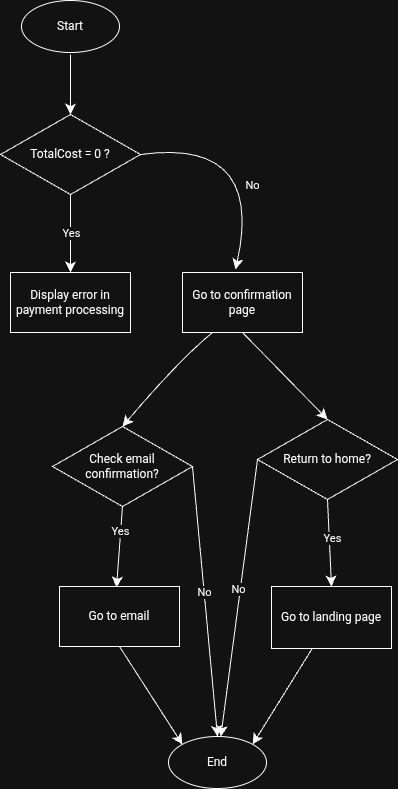
Above: src/docs/Flow-chart-confirmation-page.drawio.png in nga-pham/booking-website (draw.io), before the change. Source tidied: cells renumbered, new cells last; positions are measured from the earlier drawing's top-left corner, leaving out a move shared by most shapes. Source of this version:
```xml
<mxGraphModel>
  <root>
    <mxCell id="0" />
    <mxCell id="1" parent="0" />
    <mxCell id="2" value="TotalCost = 0 ?" style="rhombus;whiteSpace=wrap;html=1;" parent="1" vertex="1">
      <mxGeometry y="114" width="140" height="80" as="geometry" />
    </mxCell>
    <mxCell id="3" style="endArrow=classic;html=1;rounded=0;fontSize=12;startSize=8;endSize=8;curved=1;exitX=0.5;exitY=1;exitDx=0;exitDy=0;entryX=0.5;entryY=0;entryDx=0;entryDy=0;" parent="1" edge="1" target="2">
      <mxGeometry relative="1" as="geometry">
        <mxPoint x="70" y="54" as="sourcePoint" />
      </mxGeometry>
    </mxCell>
    <mxCell id="4" value="Display error in payment processing" style="rounded=0;whiteSpace=wrap;html=1;" parent="1" vertex="1">
      <mxGeometry x="10" y="272" width="120" height="60" as="geometry" />
    </mxCell>
    <mxCell id="5" value="Go to confirmation page" style="rounded=0;whiteSpace=wrap;html=1;" parent="1" vertex="1">
      <mxGeometry x="182" y="272" width="120" height="60" as="geometry" />
    </mxCell>
    <mxCell id="6" style="endArrow=classic;html=1;rounded=0;fontSize=12;startSize=8;endSize=8;curved=1;entryX=0.5;entryY=0;entryDx=0;entryDy=0;" parent="1" edge="1" target="4">
      <mxGeometry relative="1" as="geometry">
        <mxPoint x="70" y="194" as="sourcePoint" />
      </mxGeometry>
    </mxCell>
    <mxCell id="7" value="Yes" style="edgeLabel;html=1;align=center;verticalAlign=middle;" parent="6" vertex="1">
      <mxGeometry relative="1" as="geometry" />
    </mxCell>
    <mxCell id="8" style="endArrow=classic;html=1;rounded=0;fontSize=12;startSize=8;endSize=8;curved=1;exitX=1;exitY=0.5;exitDx=0;exitDy=0;" parent="1" edge="1" source="2">
      <mxGeometry relative="1" as="geometry">
        <mxPoint x="235" y="269" as="targetPoint" />
        <Array as="points">
          <mxPoint x="264" y="137" />
        </Array>
      </mxGeometry>
    </mxCell>
    <mxCell id="9" value="No" style="edgeLabel;html=1;align=center;verticalAlign=middle;" parent="8" vertex="1">
      <mxGeometry relative="1" as="geometry">
        <mxPoint x="-12" y="42" as="offset" />
      </mxGeometry>
    </mxCell>
    <mxCell id="10" value="Check email confirmation?" style="rhombus;whiteSpace=wrap;html=1;" parent="1" vertex="1">
      <mxGeometry x="52" y="426" width="140" height="80" as="geometry" />
    </mxCell>
    <mxCell id="11" value="Return to home?" style="rhombus;whiteSpace=wrap;html=1;" parent="1" vertex="1">
      <mxGeometry x="257" y="419" width="140" height="80" as="geometry" />
    </mxCell>
    <mxCell id="12" style="endArrow=classic;html=1;rounded=0;fontSize=12;startSize=8;endSize=8;curved=1;exitX=0.25;exitY=1;exitDx=0;exitDy=0;entryX=0.5;entryY=0;entryDx=0;entryDy=0;" parent="1" edge="1" source="5" target="10">
      <mxGeometry relative="1" as="geometry">
        <Array as="points">
          <mxPoint x="179" y="359" />
        </Array>
      </mxGeometry>
    </mxCell>
    <mxCell id="13" value="Start" style="ellipse;whiteSpace=wrap;html=1;" parent="1" vertex="1">
      <mxGeometry x="21" width="98" height="52" as="geometry" />
    </mxCell>
    <mxCell id="14" style="endArrow=classic;html=1;rounded=0;fontSize=12;startSize=8;endSize=8;curved=1;exitX=0.5;exitY=1;exitDx=0;exitDy=0;entryX=0.5;entryY=0;entryDx=0;entryDy=0;" parent="1" edge="1" source="5" target="11">
      <mxGeometry relative="1" as="geometry" />
    </mxCell>
    <mxCell id="15" style="endArrow=classic;html=1;rounded=0;fontSize=12;startSize=8;endSize=8;curved=1;exitX=0.5;exitY=1;exitDx=0;exitDy=0;entryX=0.5;entryY=0;entryDx=0;entryDy=0;" parent="1" edge="1" source="11" target="20">
      <mxGeometry relative="1" as="geometry" />
    </mxCell>
    <mxCell id="16" value="Yes" style="edgeLabel;html=1;align=center;verticalAlign=middle;" parent="15" vertex="1">
      <mxGeometry relative="1" as="geometry">
        <mxPoint x="2" y="-5" as="offset" />
      </mxGeometry>
    </mxCell>
    <mxCell id="17" style="endArrow=classic;html=1;rounded=0;fontSize=12;startSize=8;endSize=8;curved=1;exitX=0.5;exitY=1;exitDx=0;exitDy=0;" parent="1" edge="1" source="10">
      <mxGeometry relative="1" as="geometry">
        <mxPoint x="116" y="587" as="targetPoint" />
      </mxGeometry>
    </mxCell>
    <mxCell id="18" value="Yes" style="edgeLabel;html=1;align=center;verticalAlign=middle;" parent="17" vertex="1">
      <mxGeometry relative="1" as="geometry">
        <mxPoint y="-16" as="offset" />
      </mxGeometry>
    </mxCell>
    <mxCell id="19" value="Go to email" style="rounded=0;whiteSpace=wrap;html=1;" parent="1" vertex="1">
      <mxGeometry x="59" y="586" width="120" height="60" as="geometry" />
    </mxCell>
    <mxCell id="20" value="Go to landing page" style="rounded=0;whiteSpace=wrap;html=1;" parent="1" vertex="1">
      <mxGeometry x="271" y="586" width="120" height="62" as="geometry" />
    </mxCell>
    <mxCell id="21" value="End" style="ellipse;whiteSpace=wrap;html=1;" parent="1" vertex="1">
      <mxGeometry x="168" y="736" width="98" height="52" as="geometry" />
    </mxCell>
    <mxCell id="22" style="endArrow=classic;html=1;rounded=0;fontSize=12;startSize=8;endSize=8;curved=1;exitX=1;exitY=0.5;exitDx=0;exitDy=0;entryX=0.5;entryY=0;entryDx=0;entryDy=0;" parent="1" edge="1" source="10" target="21">
      <mxGeometry relative="1" as="geometry" />
    </mxCell>
    <mxCell id="23" value="No" style="edgeLabel;html=1;align=center;verticalAlign=middle;" parent="22" vertex="1">
      <mxGeometry relative="1" as="geometry">
        <mxPoint x="-1" y="-10" as="offset" />
      </mxGeometry>
    </mxCell>
    <mxCell id="24" style="endArrow=classic;html=1;rounded=0;fontSize=12;startSize=8;endSize=8;curved=1;exitX=0;exitY=0.5;exitDx=0;exitDy=0;" parent="1" edge="1" source="11" target="21">
      <mxGeometry relative="1" as="geometry" />
    </mxCell>
    <mxCell id="25" value="No" style="edgeLabel;html=1;align=center;verticalAlign=middle;" parent="24" vertex="1">
      <mxGeometry relative="1" as="geometry">
        <mxPoint x="-1" y="-10" as="offset" />
      </mxGeometry>
    </mxCell>
    <mxCell id="26" style="endArrow=classic;html=1;rounded=0;fontSize=12;startSize=8;endSize=8;curved=1;entryX=0;entryY=0;entryDx=0;entryDy=0;exitX=0.5;exitY=1;exitDx=0;exitDy=0;" parent="1" edge="1" source="19" target="21">
      <mxGeometry relative="1" as="geometry" />
    </mxCell>
    <mxCell id="27" style="endArrow=classic;html=1;rounded=0;fontSize=12;startSize=8;endSize=8;curved=1;entryX=1;entryY=0;entryDx=0;entryDy=0;" parent="1" edge="1" source="20" target="21">
      <mxGeometry relative="1" as="geometry" />
    </mxCell>
  </root>
</mxGraphModel>
```
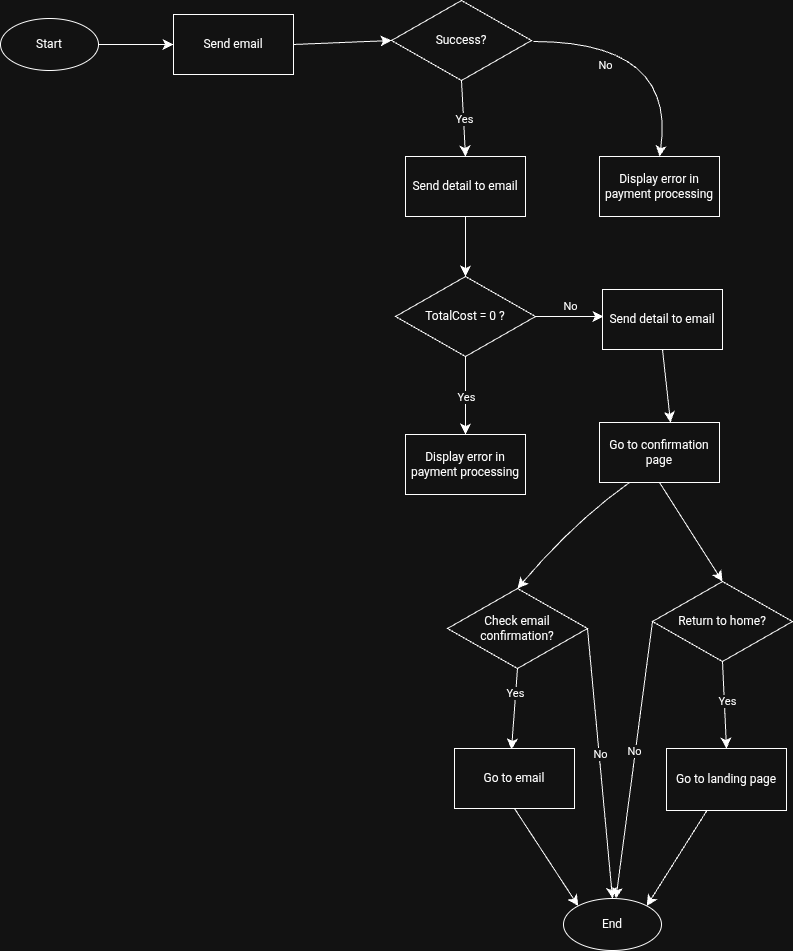
After the commit.

The edit, as a diff of the source:
```diff
@@ -14,7 +14,7 @@
       <mxGeometry x="10" y="272" width="120" height="60" as="geometry" />
     </mxCell>
     <mxCell id="5" value="Go to confirmation page" style="rounded=0;whiteSpace=wrap;html=1;" parent="1" vertex="1">
-      <mxGeometry x="182" y="272" width="120" height="60" as="geometry" />
+      <mxGeometry x="204" y="260" width="120" height="60" as="geometry" />
     </mxCell>
     <mxCell id="6" style="endArrow=classic;html=1;rounded=0;fontSize=12;startSize=8;endSize=8;curved=1;entryX=0.5;entryY=0;entryDx=0;entryDy=0;" parent="1" edge="1" target="4">
       <mxGeometry relative="1" as="geometry">
@@ -26,15 +26,12 @@
     </mxCell>
     <mxCell id="8" style="endArrow=classic;html=1;rounded=0;fontSize=12;startSize=8;endSize=8;curved=1;exitX=1;exitY=0.5;exitDx=0;exitDy=0;" parent="1" edge="1" source="2">
       <mxGeometry relative="1" as="geometry">
-        <mxPoint x="235" y="269" as="targetPoint" />
-        <Array as="points">
-          <mxPoint x="264" y="137" />
-        </Array>
+        <mxPoint x="208" y="154" as="targetPoint" />
       </mxGeometry>
     </mxCell>
     <mxCell id="9" value="No" style="edgeLabel;html=1;align=center;verticalAlign=middle;" parent="8" vertex="1">
       <mxGeometry relative="1" as="geometry">
-        <mxPoint x="-12" y="42" as="offset" />
+        <mxPoint y="-11" as="offset" />
       </mxGeometry>
     </mxCell>
     <mxCell id="10" value="Check email confirmation?" style="rhombus;whiteSpace=wrap;html=1;" parent="1" vertex="1">
@@ -51,7 +48,7 @@
       </mxGeometry>
     </mxCell>
     <mxCell id="13" value="Start" style="ellipse;whiteSpace=wrap;html=1;" parent="1" vertex="1">
-      <mxGeometry x="21" width="98" height="52" as="geometry" />
+      <mxGeometry x="-395" y="-144" width="98" height="52" as="geometry" />
     </mxCell>
     <mxCell id="14" style="endArrow=classic;html=1;rounded=0;fontSize=12;startSize=8;endSize=8;curved=1;exitX=0.5;exitY=1;exitDx=0;exitDy=0;entryX=0.5;entryY=0;entryDx=0;entryDy=0;" parent="1" edge="1" source="5" target="11">
       <mxGeometry relative="1" as="geometry" />
@@ -105,5 +102,50 @@
     <mxCell id="27" style="endArrow=classic;html=1;rounded=0;fontSize=12;startSize=8;endSize=8;curved=1;entryX=1;entryY=0;entryDx=0;entryDy=0;" parent="1" edge="1" source="20" target="21">
       <mxGeometry relative="1" as="geometry" />
     </mxCell>
+    <mxCell id="28" value="Send detail to email" style="rounded=0;whiteSpace=wrap;html=1;" parent="1" vertex="1">
+      <mxGeometry x="207" y="127" width="120" height="60" as="geometry" />
+    </mxCell>
+    <mxCell id="29" style="endArrow=classic;html=1;rounded=0;fontSize=12;startSize=8;endSize=8;curved=1;exitX=0.5;exitY=1;exitDx=0;exitDy=0;" parent="1" edge="1" source="28">
+      <mxGeometry relative="1" as="geometry">
+        <mxPoint x="275" y="260" as="targetPoint" />
+      </mxGeometry>
+    </mxCell>
+    <mxCell id="30" value="Send email" style="rounded=0;whiteSpace=wrap;html=1;" parent="1" vertex="1">
+      <mxGeometry x="-222" y="-148" width="120" height="60" as="geometry" />
+    </mxCell>
+    <mxCell id="31" style="endArrow=classic;html=1;rounded=0;fontSize=12;startSize=8;endSize=8;curved=1;exitX=1;exitY=0.5;exitDx=0;exitDy=0;entryX=0;entryY=0.5;entryDx=0;entryDy=0;" parent="1" edge="1" source="13" target="30">
+      <mxGeometry relative="1" as="geometry" />
+    </mxCell>
+    <mxCell id="32" value="Success?" style="rhombus;whiteSpace=wrap;html=1;" parent="1" vertex="1">
+      <mxGeometry x="-4" y="-162" width="140" height="80" as="geometry" />
+    </mxCell>
+    <mxCell id="33" style="endArrow=classic;html=1;rounded=0;fontSize=12;startSize=8;endSize=8;curved=1;entryX=0;entryY=0.5;entryDx=0;entryDy=0;exitX=1;exitY=0.5;exitDx=0;exitDy=0;" parent="1" edge="1" source="30" target="32">
+      <mxGeometry relative="1" as="geometry" />
+    </mxCell>
+    <mxCell id="34" value="Send detail to email" style="rounded=0;whiteSpace=wrap;html=1;" parent="1" vertex="1">
+      <mxGeometry x="10" y="-6" width="120" height="60" as="geometry" />
+    </mxCell>
+    <mxCell id="35" value="Display error in payment processing" style="rounded=0;whiteSpace=wrap;html=1;" parent="1" vertex="1">
+      <mxGeometry x="204" y="-6" width="120" height="60" as="geometry" />
+    </mxCell>
+    <mxCell id="36" style="endArrow=classic;html=1;rounded=0;fontSize=12;startSize=8;endSize=8;curved=1;exitX=0.5;exitY=1;exitDx=0;exitDy=0;entryX=0.5;entryY=0;entryDx=0;entryDy=0;" parent="1" edge="1" source="32" target="34">
+      <mxGeometry relative="1" as="geometry" />
+    </mxCell>
+    <mxCell id="37" value="Yes" style="edgeLabel;html=1;align=center;verticalAlign=middle;" parent="36" vertex="1">
+      <mxGeometry relative="1" as="geometry" />
+    </mxCell>
+    <mxCell id="38" style="endArrow=classic;html=1;rounded=0;fontSize=12;startSize=8;endSize=8;curved=1;entryX=0.5;entryY=0;entryDx=0;entryDy=0;" parent="1" edge="1" target="35">
+      <mxGeometry relative="1" as="geometry">
+        <mxPoint x="138" y="-121" as="sourcePoint" />
+        <Array as="points">
+          <mxPoint x="281" y="-121" />
+        </Array>
+      </mxGeometry>
+    </mxCell>
+    <mxCell id="39" value="No" style="edgeLabel;html=1;align=center;verticalAlign=middle;" parent="38" vertex="1">
+      <mxGeometry relative="1" as="geometry">
+        <mxPoint x="-59" y="23" as="offset" />
+      </mxGeometry>
+    </mxCell>
   </root>
 </mxGraphModel>
```
